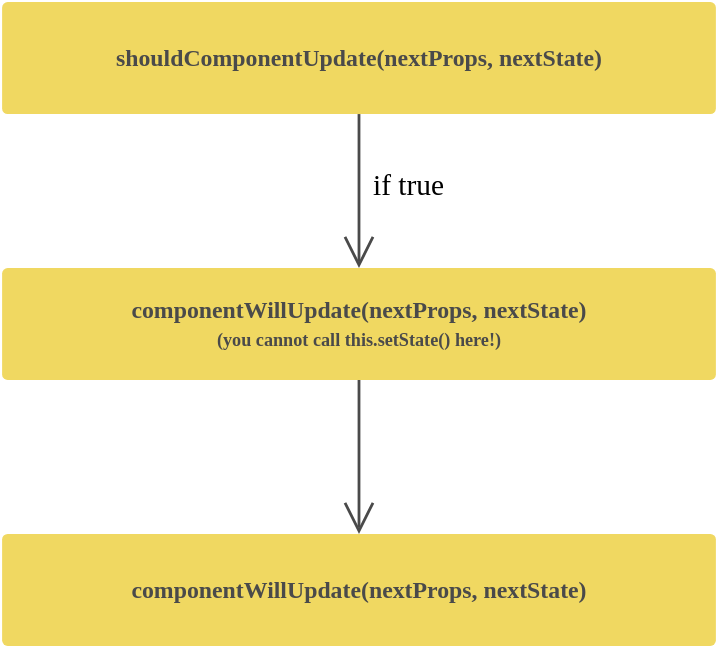
Before: src/img/lifecycle-3-1.svg, a diagram exported from draw.io (RobinThrift/react-immersion-ws). Source tidied: cells renumbered, new cells last; positions are measured from the earlier drawing's top-left corner, leaving out a move shared by most shapes. Source of this version:
```xml
<mxGraphModel background="#ffffff">
  <root>
    <mxCell id="0" />
    <mxCell id="1" parent="0" />
    <mxCell id="2" style="edgeStyle=orthogonalEdgeStyle;rounded=0;html=1;exitX=0.5;exitY=1;entryX=0.5;entryY=0;startSize=18;endArrow=open;endFill=1;endSize=18;strokeColor=#4A4A4A;strokeWidth=2;" parent="1" edge="1" source="4" target="6">
      <mxGeometry relative="1" as="geometry" />
    </mxCell>
    <mxCell id="3" value="if true" style="text;html=1;align=center;verticalAlign=middle;labelBackgroundColor=#ffffff;fontFamily=Hack;fontSize=21;" parent="2" vertex="1">
      <mxGeometry x="-0.36" y="6" relative="1" as="geometry">
        <mxPoint x="49" y="15" as="offset" />
      </mxGeometry>
    </mxCell>
    <mxCell id="4" value="&lt;font style=&quot;font-size: 17px;&quot;&gt;shouldComponentUpdate(nextProps, nextState)&lt;/font&gt;&lt;br&gt;" style="whiteSpace=wrap;html=1;fillColor=#F0D861;fontColor=#4A4A4A;fontFamily=Hack;fontStyle=1;strokeColor=none;fontSize=17;rounded=1;arcSize=5;" parent="1" vertex="1">
      <mxGeometry width="510" height="80" as="geometry" />
    </mxCell>
    <mxCell id="5" style="edgeStyle=orthogonalEdgeStyle;rounded=0;html=1;exitX=0.5;exitY=1;entryX=0.5;entryY=0;startSize=18;endArrow=open;endFill=1;endSize=18;strokeColor=#4A4A4A;strokeWidth=2;fontSize=17;" parent="1" edge="1" source="6" target="7">
      <mxGeometry relative="1" as="geometry" />
    </mxCell>
    <mxCell id="6" value="&lt;font style=&quot;font-size: 17px&quot;&gt;componentWillUpdate(nextProps, nextState)&lt;/font&gt;&lt;br&gt;&lt;div&gt;&lt;font style=&quot;font-size: 13px&quot;&gt;(you cannot call this.setState() here!)&lt;/font&gt;&lt;/div&gt;" style="whiteSpace=wrap;html=1;fillColor=#F0D861;fontColor=#4A4A4A;fontFamily=Hack;fontStyle=1;strokeColor=none;fontSize=17;rounded=1;arcSize=5;" parent="1" vertex="1">
      <mxGeometry y="190" width="510" height="80" as="geometry" />
    </mxCell>
    <mxCell id="7" value="&lt;font style=&quot;font-size: 17px&quot;&gt;componentWillUpdate(nextProps, nextState)&lt;/font&gt;&lt;br&gt;" style="whiteSpace=wrap;html=1;fillColor=#F0D861;fontColor=#4A4A4A;fontFamily=Hack;fontStyle=1;strokeColor=none;fontSize=17;rounded=1;arcSize=5;" parent="1" vertex="1">
      <mxGeometry y="380" width="510" height="80" as="geometry" />
    </mxCell>
  </root>
</mxGraphModel>
```
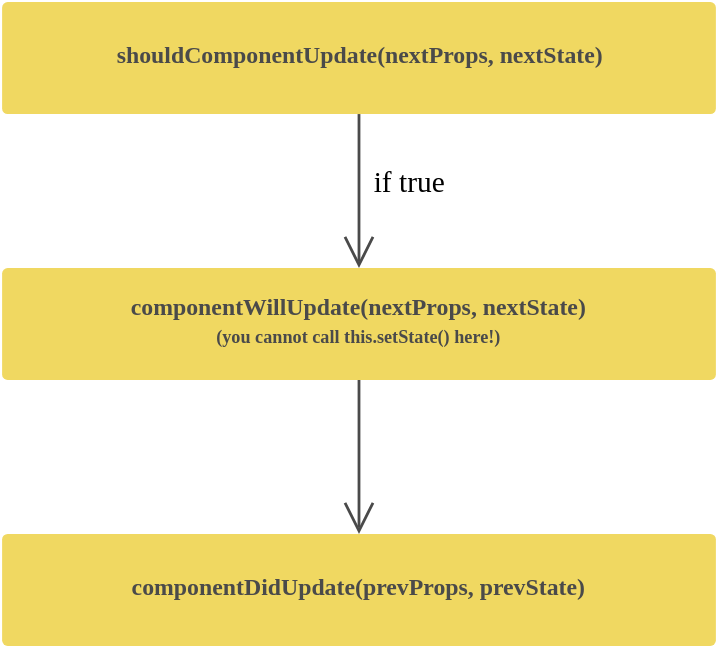
The same diagram one commit later.

Diff of the diagram source:
```diff
@@ -19,7 +19,7 @@
     <mxCell id="6" value="&lt;font style=&quot;font-size: 17px&quot;&gt;componentWillUpdate(nextProps, nextState)&lt;/font&gt;&lt;br&gt;&lt;div&gt;&lt;font style=&quot;font-size: 13px&quot;&gt;(you cannot call this.setState() here!)&lt;/font&gt;&lt;/div&gt;" style="whiteSpace=wrap;html=1;fillColor=#F0D861;fontColor=#4A4A4A;fontFamily=Hack;fontStyle=1;strokeColor=none;fontSize=17;rounded=1;arcSize=5;" parent="1" vertex="1">
       <mxGeometry y="190" width="510" height="80" as="geometry" />
     </mxCell>
-    <mxCell id="7" value="&lt;font style=&quot;font-size: 17px&quot;&gt;componentWillUpdate(nextProps, nextState)&lt;/font&gt;&lt;br&gt;" style="whiteSpace=wrap;html=1;fillColor=#F0D861;fontColor=#4A4A4A;fontFamily=Hack;fontStyle=1;strokeColor=none;fontSize=17;rounded=1;arcSize=5;" parent="1" vertex="1">
+    <mxCell id="7" value="&lt;font style=&quot;font-size: 17px&quot;&gt;componentDidUpdate(prevProps, prevState)&lt;/font&gt;&lt;br&gt;" style="whiteSpace=wrap;html=1;fillColor=#F0D861;fontColor=#4A4A4A;fontFamily=Hack;fontStyle=1;strokeColor=none;fontSize=17;rounded=1;arcSize=5;" parent="1" vertex="1">
       <mxGeometry y="380" width="510" height="80" as="geometry" />
     </mxCell>
   </root>
```
